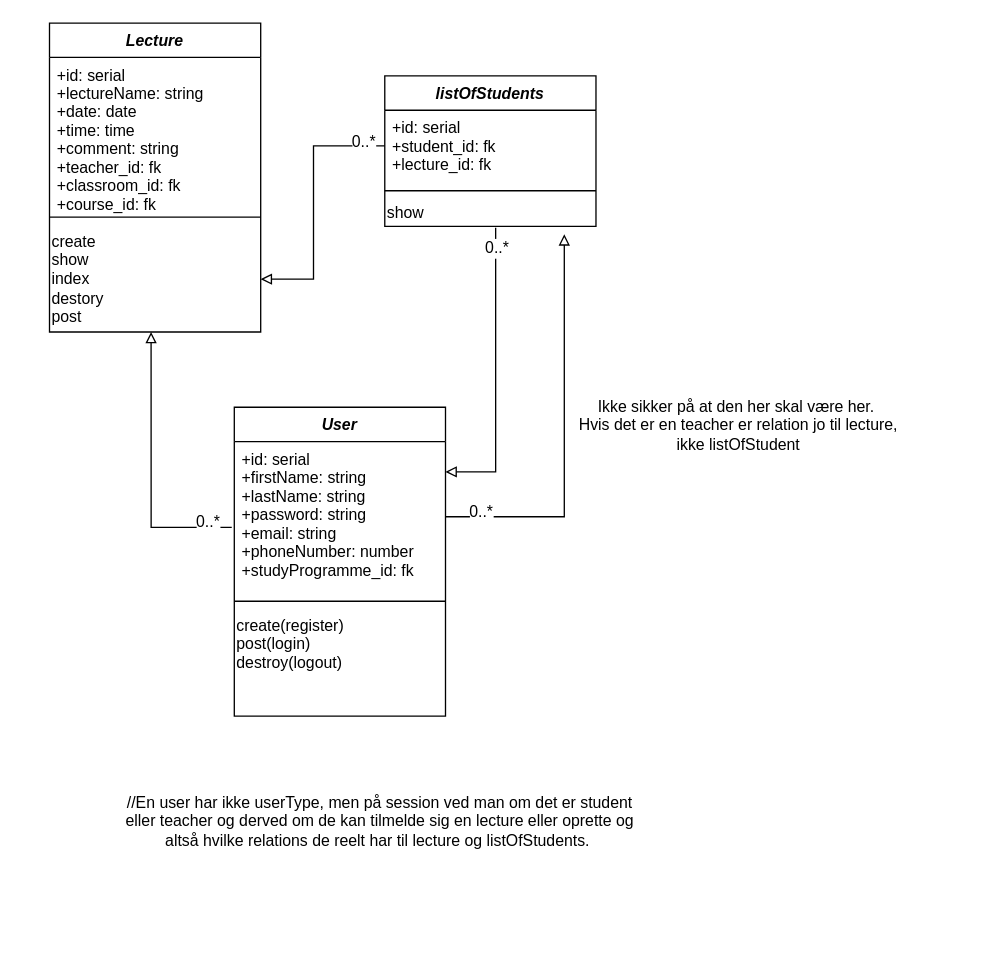
Before: public/Andet/Class diagram.drawio in ChrisMJAndre/GruppeProjekt-2, a draw.io diagram. Source tidied: cells renumbered, new cells numbered last; positions are measured from the earlier drawing's top-left corner, leaving out a move shared by most shapes. Both pictures are drawn from the tidied source at 132%, with x=0, y=0 at pixel (49, 22).
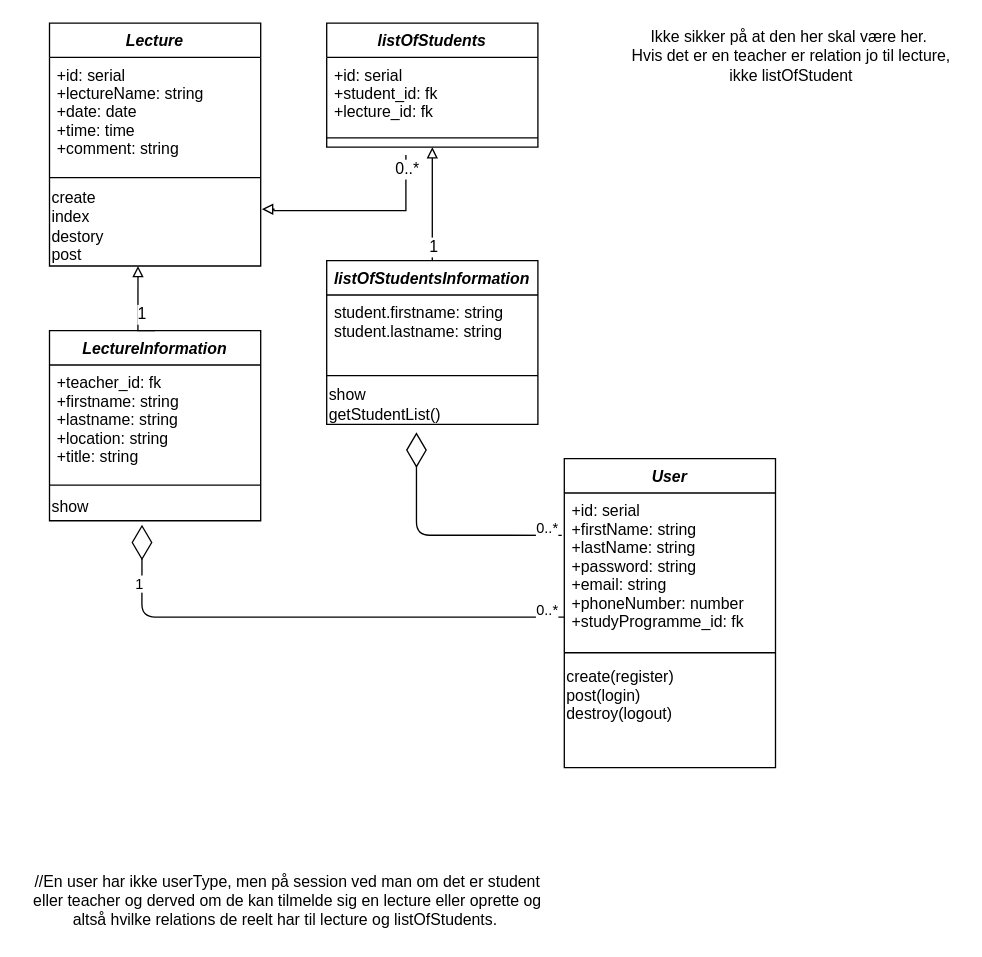
The same diagram, later.

Commit message:
Done med klassediagram

Unchanged cells that the change refers to:
```xml
<mxCell id="7" value="+id: serial&#10;+student_id: fk&#10;+lecture_id: fk&#10;&#10;" style="text;strokeColor=none;fillColor=none;align=left;verticalAlign=top;spacingLeft=4;spacingRight=4;overflow=hidden;points=[[0,0.5],[1,0.5]];portConstraint=eastwest;" parent="6" vertex="1">
  <mxGeometry y="26" width="160" height="54" as="geometry" />
</mxCell>
<mxCell id="11" value="+id: serial&#10;+firstName: string&#10;+lastName: string&#10;+password: string&#10;+email: string&#10;+phoneNumber: number&#10;+studyProgramme_id: fk&#10;&#10;" style="text;strokeColor=none;fillColor=none;align=left;verticalAlign=top;spacingLeft=4;spacingRight=4;overflow=hidden;points=[[0,0.5],[1,0.5]];portConstraint=eastwest;" parent="10" vertex="1">
  <mxGeometry y="26" width="160" height="114" as="geometry" />
</mxCell>
```

Change to the diagram source:
```diff
@@
     <mxCell id="2" value="Lecture" style="swimlane;fontStyle=3;align=center;verticalAlign=top;horizontal=1;startSize=26;" parent="1" vertex="1">
-      <mxGeometry width="160" height="234" as="geometry" />
+      <mxGeometry width="160" height="184" as="geometry" />
     </mxCell>
-    <mxCell id="3" value="+id: serial&#10;+lectureName: string&#10;+date: date&#10;+time: time&#10;+comment: string&#10;+teacher_id: fk&#10;+classroom_id: fk&#10;+course_id: fk&#10;&#10;" style="text;strokeColor=none;fillColor=none;align=left;verticalAlign=top;spacingLeft=4;spacingRight=4;overflow=hidden;" parent="2" vertex="1">
-      <mxGeometry y="26" width="160" height="114" as="geometry" />
+    <mxCell id="3" value="+id: serial&#10;+lectureName: string&#10;+date: date&#10;+time: time&#10;+comment: string&#10;" style="text;strokeColor=none;fillColor=none;align=left;verticalAlign=top;spacingLeft=4;spacingRight=4;overflow=hidden;" parent="2" vertex="1">
+      <mxGeometry y="26" width="160" height="84" as="geometry" />
     </mxCell>
     <mxCell id="4" style="line;strokeWidth=1;fillColor=none;align=left;verticalAlign=middle;spacingTop=-1;spacingLeft=3;spacingRight=3;labelPosition=right;" parent="2" vertex="1">
-      <mxGeometry y="140" width="160" height="14" as="geometry" />
+      <mxGeometry y="110" width="160" height="14" as="geometry" />
     </mxCell>
-    <mxCell id="5" value="&lt;div&gt;&lt;span&gt;create&lt;/span&gt;&lt;/div&gt;&lt;div&gt;&lt;span&gt;show&lt;/span&gt;&lt;/div&gt;&lt;div&gt;&lt;span&gt;index&lt;/span&gt;&lt;/div&gt;&lt;div&gt;&lt;span&gt;destory&lt;/span&gt;&lt;/div&gt;&lt;div&gt;&lt;span&gt;post&lt;/span&gt;&lt;/div&gt;" style="text;html=1;align=left;verticalAlign=middle;points=[];" parent="2" vertex="1">
-      <mxGeometry y="154" width="160" height="80" as="geometry" />
+    <mxCell id="5" value="&lt;div&gt;&lt;span&gt;create&lt;/span&gt;&lt;/div&gt;&lt;div&gt;&lt;span&gt;index&lt;/span&gt;&lt;br&gt;&lt;/div&gt;&lt;div&gt;&lt;span&gt;destory&lt;/span&gt;&lt;/div&gt;&lt;div&gt;&lt;span&gt;post&lt;/span&gt;&lt;/div&gt;" style="text;html=1;align=left;verticalAlign=middle;points=[];" parent="2" vertex="1">
+      <mxGeometry y="124" width="160" height="60" as="geometry" />
     </mxCell>
+    <mxCell id="16" style="edgeStyle=orthogonalEdgeStyle;rounded=0;jettySize=auto;html=1;startArrow=block;startFill=0;endArrow=none;endFill=0;entryX=0.5;entryY=0;entryDx=0;entryDy=0;exitX=0.5;exitY=1;exitDx=0;exitDy=0;" parent="1" edge="1" source="6" target="29">
+      <mxGeometry relative="1" as="geometry">
+        <Array as="points">
+          <mxPoint x="290" y="160" />
+          <mxPoint x="290" y="160" />
+        </Array>
+      </mxGeometry>
+    </mxCell>
+    <mxCell id="17" value="1" style="text;html=1;align=center;verticalAlign=middle;labelBackgroundColor=#ffffff;" parent="16" vertex="1">
+      <mxGeometry x="0.83" relative="1" as="geometry">
+        <mxPoint y="-4" as="offset" />
+      </mxGeometry>
+    </mxCell>
+    <mxCell id="22" value="//En user har ikke userType, men på session ved man om det er student &lt;br&gt;eller teacher og derved om de kan tilmelde sig en lecture eller oprette og&lt;br&gt;altså hvilke relations de reelt har til lecture og listOfStudents.&amp;nbsp;" style="text;html=1;align=center;verticalAlign=middle;" parent="1" vertex="1">
+      <mxGeometry x="-20" y="640" width="400" height="50" as="geometry" />
+    </mxCell>
+    <mxCell id="23" value="Ikke sikker på at den her skal være her.&lt;br&gt;&amp;nbsp;Hvis det er en teacher er relation jo til lecture,&lt;br&gt;&amp;nbsp;ikke listOfStudent" style="text;html=1;align=center;verticalAlign=middle;" parent="1" vertex="1">
+      <mxGeometry x="430" width="260" height="50" as="geometry" />
+    </mxCell>
+    <mxCell id="24" value="LectureInformation" style="swimlane;fontStyle=3;align=center;verticalAlign=top;horizontal=1;startSize=26;" parent="1" vertex="1">
+      <mxGeometry y="233" width="160" height="144" as="geometry" />
+    </mxCell>
+    <mxCell id="25" value="+teacher_id: fk&#10;+firstname: string&#10;+lastname: string&#10;+location: string&#10;+title: string&#10;" style="text;strokeColor=none;fillColor=none;align=left;verticalAlign=top;spacingLeft=4;spacingRight=4;overflow=hidden;" parent="24" vertex="1">
+      <mxGeometry y="26" width="160" height="84" as="geometry" />
+    </mxCell>
+    <mxCell id="26" style="line;strokeWidth=1;fillColor=none;align=left;verticalAlign=middle;spacingTop=-1;spacingLeft=3;spacingRight=3;labelPosition=right;" parent="24" vertex="1">
+      <mxGeometry y="110" width="160" height="14" as="geometry" />
+    </mxCell>
+    <mxCell id="9" value="&lt;div&gt;show&lt;/div&gt;" style="text;html=1;align=left;verticalAlign=middle;points=[];" parent="24" vertex="1">
+      <mxGeometry y="124" width="160" height="20" as="geometry" />
+    </mxCell>
+    <mxCell id="27" style="edgeStyle=orthogonalEdgeStyle;rounded=0;jettySize=auto;html=1;startArrow=block;startFill=0;endArrow=none;endFill=0;entryX=0.5;entryY=0;entryDx=0;entryDy=0;exitX=0.419;exitY=1;exitDx=0;exitDy=0;exitPerimeter=0;" parent="1" edge="1" source="5" target="24">
+      <mxGeometry relative="1" as="geometry">
+        <Array as="points">
+          <mxPoint x="67" y="233" />
+        </Array>
+      </mxGeometry>
+    </mxCell>
+    <mxCell id="28" value="1" style="text;html=1;align=center;verticalAlign=middle;labelBackgroundColor=#ffffff;" parent="27" vertex="1">
+      <mxGeometry x="0.83" relative="1" as="geometry">
+        <mxPoint x="-5" y="-13" as="offset" />
+      </mxGeometry>
+    </mxCell>
     <mxCell id="6" value="listOfStudents" style="swimlane;fontStyle=3;align=center;verticalAlign=top;horizontal=1;startSize=26;" parent="1" vertex="1">
-      <mxGeometry x="254" y="40" width="160" height="114" as="geometry" />
+      <mxGeometry x="210" width="160" height="94" as="geometry" />
     </mxCell>
@@
-    <mxCell id="9" value="&lt;div&gt;show&lt;/div&gt;" style="text;html=1;align=left;verticalAlign=middle;points=[];" parent="6" vertex="1">
-      <mxGeometry y="94" width="160" height="20" as="geometry" />
-    </mxCell>
+    <mxCell id="29" value="listOfStudentsInformation" style="swimlane;fontStyle=3;align=center;verticalAlign=top;horizontal=1;startSize=26;" parent="1" vertex="1">
+      <mxGeometry x="210" y="180" width="160" height="124" as="geometry" />
+    </mxCell>
+    <mxCell id="30" value="student.firstname: string&#10;student.lastname: string" style="text;strokeColor=none;fillColor=none;align=left;verticalAlign=top;spacingLeft=4;spacingRight=4;overflow=hidden;" parent="29" vertex="1">
+      <mxGeometry y="26" width="160" height="54" as="geometry" />
+    </mxCell>
+    <mxCell id="31" style="line;strokeWidth=1;fillColor=none;align=left;verticalAlign=middle;spacingTop=-1;spacingLeft=3;spacingRight=3;labelPosition=right;" parent="29" vertex="1">
+      <mxGeometry y="80" width="160" height="14" as="geometry" />
+    </mxCell>
+    <mxCell id="32" value="&lt;div&gt;show&lt;/div&gt;&lt;div&gt;getStudentList()&lt;/div&gt;" style="text;html=1;align=left;verticalAlign=middle;points=[];" parent="29" vertex="1">
+      <mxGeometry y="94" width="160" height="30" as="geometry" />
+    </mxCell>
+    <mxCell id="33" style="edgeStyle=orthogonalEdgeStyle;rounded=0;jettySize=auto;html=1;startArrow=block;startFill=0;endArrow=none;endFill=0;exitX=1.006;exitY=0.283;exitDx=0;exitDy=0;exitPerimeter=0;" parent="1" edge="1" source="5">
+      <mxGeometry relative="1" as="geometry">
+        <mxPoint x="270" y="100" as="targetPoint" />
+        <Array as="points">
+          <mxPoint x="170" y="141" />
+          <mxPoint x="170" y="142" />
+          <mxPoint x="270" y="142" />
+        </Array>
+      </mxGeometry>
+    </mxCell>
+    <mxCell id="34" value="0..*" style="text;html=1;align=center;verticalAlign=middle;labelBackgroundColor=#ffffff;" parent="33" vertex="1">
+      <mxGeometry x="0.83" relative="1" as="geometry">
+        <mxPoint y="-3" as="offset" />
+      </mxGeometry>
+    </mxCell>
     <mxCell id="10" value="User" style="swimlane;fontStyle=3;align=center;verticalAlign=top;horizontal=1;startSize=26;" parent="1" vertex="1">
-      <mxGeometry x="140" y="291" width="160" height="234" as="geometry" />
+      <mxGeometry x="390" y="330" width="160" height="234" as="geometry" />
     </mxCell>
@@
-    <mxCell id="14" style="edgeStyle=orthogonalEdgeStyle;rounded=0;jettySize=auto;html=1;startArrow=block;startFill=0;endArrow=none;endFill=0;" parent="1" edge="1" source="5" target="7">
-      <mxGeometry relative="1" as="geometry">
-        <Array as="points">
-          <mxPoint x="200" y="194" />
-          <mxPoint x="200" y="93" />
-        </Array>
-      </mxGeometry>
-    </mxCell>
-    <mxCell id="15" value="0..*" style="text;html=1;align=center;verticalAlign=middle;labelBackgroundColor=#ffffff;" parent="14" vertex="1">
-      <mxGeometry x="0.83" relative="1" as="geometry">
-        <mxPoint y="-4" as="offset" />
-      </mxGeometry>
-    </mxCell>
-    <mxCell id="16" style="edgeStyle=orthogonalEdgeStyle;rounded=0;jettySize=auto;html=1;startArrow=block;startFill=0;endArrow=none;endFill=0;entryX=0.525;entryY=1.05;entryDx=0;entryDy=0;entryPerimeter=0;" parent="1" edge="1" target="9">
-      <mxGeometry relative="1" as="geometry">
-        <mxPoint x="300" y="340" as="sourcePoint" />
-        <Array as="points">
-          <mxPoint x="338" y="340" />
-        </Array>
-      </mxGeometry>
-    </mxCell>
-    <mxCell id="17" value="0..*" style="text;html=1;align=center;verticalAlign=middle;labelBackgroundColor=#ffffff;" parent="16" vertex="1">
-      <mxGeometry x="0.83" relative="1" as="geometry">
-        <mxPoint y="-4" as="offset" />
-      </mxGeometry>
-    </mxCell>
-    <mxCell id="18" style="edgeStyle=orthogonalEdgeStyle;rounded=0;jettySize=auto;html=1;startArrow=block;startFill=0;endArrow=none;endFill=0;entryX=-0.012;entryY=0.57;entryDx=0;entryDy=0;entryPerimeter=0;exitX=0.481;exitY=1;exitDx=0;exitDy=0;exitPerimeter=0;" parent="1" edge="1" source="5" target="11">
-      <mxGeometry relative="1" as="geometry">
-        <Array as="points">
-          <mxPoint x="77" y="382" />
-        </Array>
-      </mxGeometry>
-    </mxCell>
-    <mxCell id="19" value="0..*" style="text;html=1;align=center;verticalAlign=middle;labelBackgroundColor=#ffffff;" parent="18" vertex="1">
-      <mxGeometry x="0.83" relative="1" as="geometry">
-        <mxPoint y="-4" as="offset" />
-      </mxGeometry>
-    </mxCell>
-    <mxCell id="20" style="edgeStyle=orthogonalEdgeStyle;rounded=0;jettySize=auto;html=1;startArrow=block;startFill=0;endArrow=none;endFill=0;" parent="1" edge="1" target="11">
-      <mxGeometry relative="1" as="geometry">
-        <mxPoint x="390" y="160" as="sourcePoint" />
-        <Array as="points">
-          <mxPoint x="390" y="160" />
-          <mxPoint x="390" y="374" />
-        </Array>
-      </mxGeometry>
-    </mxCell>
-    <mxCell id="21" value="0..*" style="text;html=1;align=center;verticalAlign=middle;labelBackgroundColor=#ffffff;" parent="20" vertex="1">
-      <mxGeometry x="0.83" relative="1" as="geometry">
-        <mxPoint y="-4" as="offset" />
-      </mxGeometry>
-    </mxCell>
-    <mxCell id="22" value="//En user har ikke userType, men på session ved man om det er student &lt;br&gt;eller teacher og derved om de kan tilmelde sig en lecture eller oprette og&lt;br&gt;altså hvilke relations de reelt har til lecture og listOfStudents.&amp;nbsp;" style="text;html=1;align=center;verticalAlign=middle;" parent="1" vertex="1">
-      <mxGeometry x="50" y="580" width="400" height="50" as="geometry" />
-    </mxCell>
-    <mxCell id="23" value="Ikke sikker på at den her skal være her.&lt;br&gt;&amp;nbsp;Hvis det er en teacher er relation jo til lecture,&lt;br&gt;&amp;nbsp;ikke listOfStudent" style="text;html=1;align=center;verticalAlign=middle;" parent="1" vertex="1">
-      <mxGeometry x="390" y="280" width="260" height="50" as="geometry" />
-    </mxCell>
+    <mxCell id="35" style="endArrow=diamondThin;endFill=0;endSize=24;html=1;entryX=0.425;entryY=1.2;entryDx=0;entryDy=0;entryPerimeter=0;exitX=-0.012;exitY=0.281;exitDx=0;exitDy=0;exitPerimeter=0;" parent="1" edge="1" source="11" target="32">
+      <mxGeometry relative="1" as="geometry">
+        <Array as="points">
+          <mxPoint x="278" y="388" />
+        </Array>
+      </mxGeometry>
+    </mxCell>
+    <mxCell id="36" value="0..*" style="edgeLabel;html=1;align=center;verticalAlign=middle;" parent="1" vertex="1">
+      <mxGeometry x="380" y="422" as="geometry">
+        <mxPoint x="-4" y="-40" as="offset" />
+      </mxGeometry>
+    </mxCell>
+    <mxCell id="37" style="endArrow=diamondThin;endFill=0;endSize=24;html=1;entryX=0.438;entryY=1.15;entryDx=0;entryDy=0;entryPerimeter=0;" parent="1" edge="1" target="9">
+      <mxGeometry relative="1" as="geometry">
+        <mxPoint x="390" y="450" as="sourcePoint" />
+        <Array as="points">
+          <mxPoint x="70" y="450" />
+        </Array>
+      </mxGeometry>
+    </mxCell>
+    <mxCell id="38" value="1" style="edgeLabel;html=1;align=center;verticalAlign=middle;" parent="37" vertex="1">
+      <mxGeometry x="0.65" y="-24" relative="1" as="geometry">
+        <mxPoint x="-27" y="-24" as="offset" />
+      </mxGeometry>
+    </mxCell>
+    <mxCell id="39" value="0..*" style="edgeLabel;html=1;align=center;verticalAlign=middle;" parent="1" vertex="1">
+      <mxGeometry x="380" y="484" as="geometry">
+        <mxPoint x="-4" y="-40" as="offset" />
+      </mxGeometry>
+    </mxCell>
```
